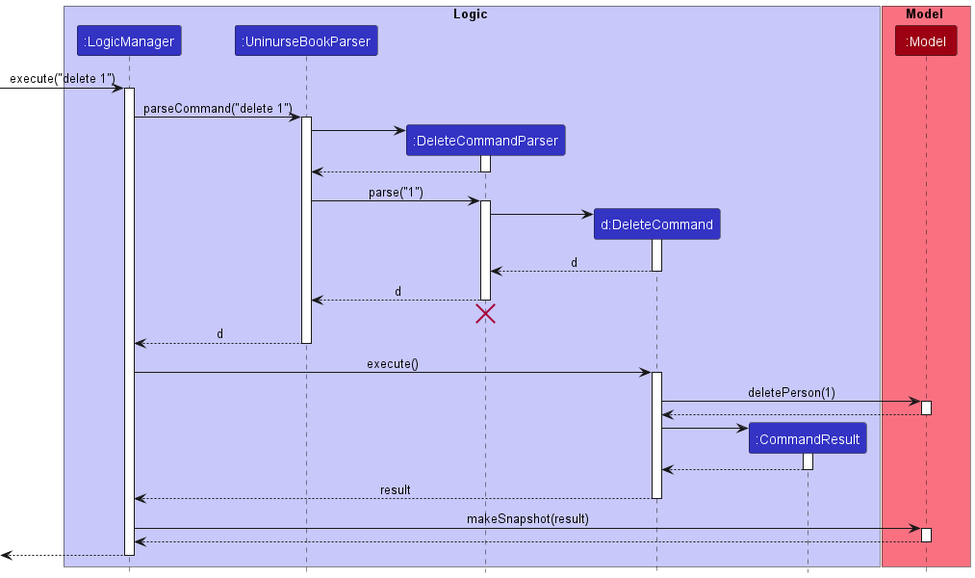
Above: docs/images/DeleteSequenceDiagram.png in nus-cs2103-AY2223S1/tp (PlantUML), before the change.
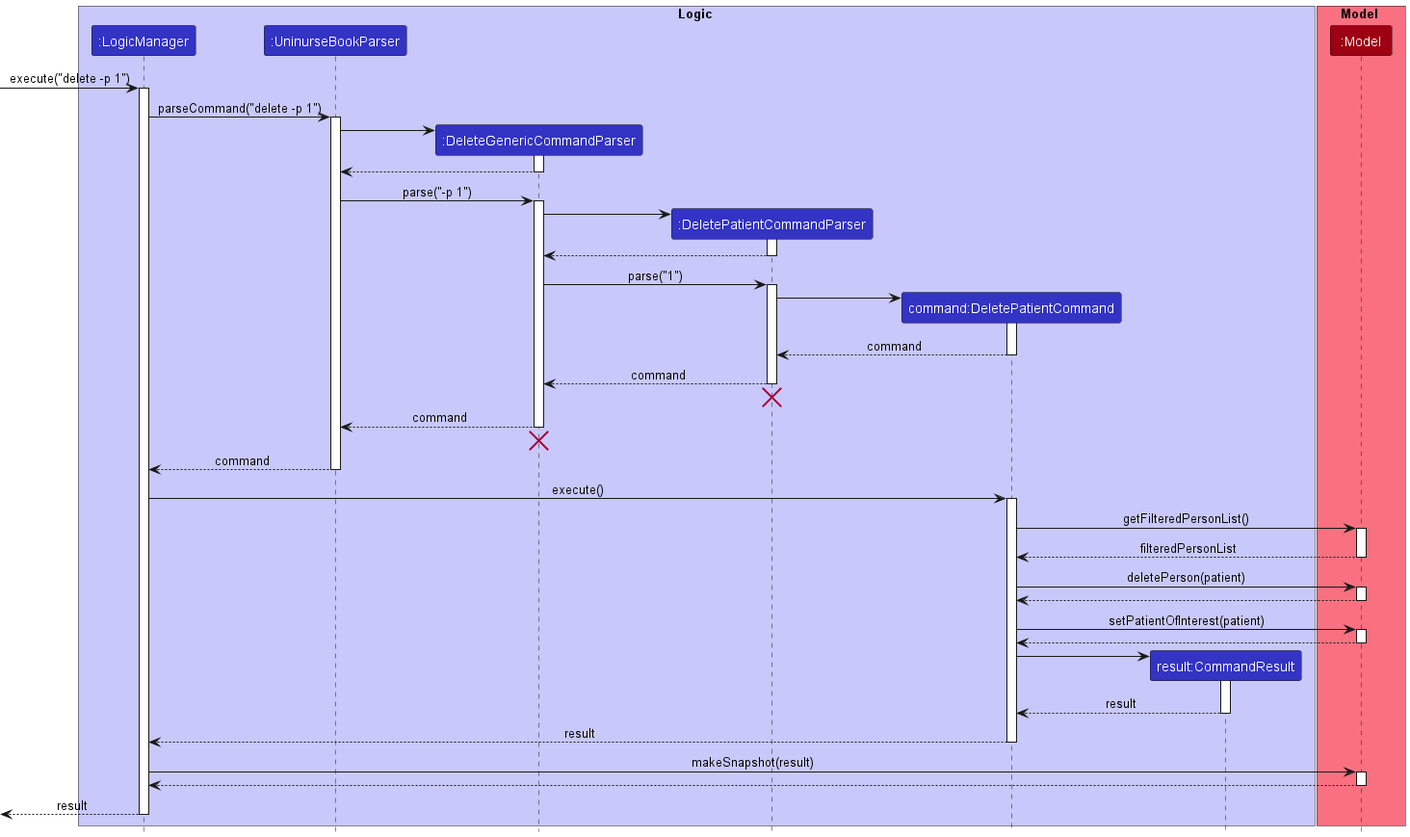
After the commit.

Commit message:
Update Logic component in DG

What changed in the source:
```diff
@@ -4,64 +4,93 @@
 box Logic LOGIC_COLOR_T1
 participant ":LogicManager" as LogicManager LOGIC_COLOR
 participant ":UninurseBookParser" as UninurseBookParser LOGIC_COLOR
-participant ":DeleteCommandParser" as DeleteCommandParser LOGIC_COLOR
-participant "d:DeleteCommand" as DeleteCommand LOGIC_COLOR
-participant ":CommandResult" as CommandResult LOGIC_COLOR
+participant ":DeleteGenericCommandParser" as DeleteGenericCommandParser LOGIC_COLOR
+
+
+participant ":DeletePatientCommandParser" as DeletePatientCommandParser LOGIC_COLOR
+participant "command:DeletePatientCommand" as DeletePatientCommand LOGIC_COLOR
+participant "result:CommandResult" as CommandResult LOGIC_COLOR
 end box
 
 box Model MODEL_COLOR_T1
 participant ":Model" as Model MODEL_COLOR
 end box
 
-[-> LogicManager : execute("delete 1")
+[-> LogicManager : execute("delete -p 1")
 activate LogicManager
 
-LogicManager -> UninurseBookParser : parseCommand("delete 1")
+LogicManager -> UninurseBookParser : parseCommand("delete -p 1")
 activate UninurseBookParser
 
-create DeleteCommandParser
-UninurseBookParser -> DeleteCommandParser
-activate DeleteCommandParser
+create DeleteGenericCommandParser
+UninurseBookParser -> DeleteGenericCommandParser
+activate DeleteGenericCommandParser
 
-DeleteCommandParser --> UninurseBookParser
-deactivate DeleteCommandParser
+DeleteGenericCommandParser --> UninurseBookParser
+deactivate DeleteGenericCommandParser
 
-UninurseBookParser -> DeleteCommandParser : parse("1")
-activate DeleteCommandParser
 
-create DeleteCommand
-DeleteCommandParser -> DeleteCommand
-activate DeleteCommand
+UninurseBookParser -> DeleteGenericCommandParser : parse("-p 1")
+activate DeleteGenericCommandParser
 
-DeleteCommand --> DeleteCommandParser : d
-deactivate DeleteCommand
+create DeletePatientCommandParser
+DeleteGenericCommandParser -> DeletePatientCommandParser
+activate DeletePatientCommandParser
+DeletePatientCommandParser --> DeleteGenericCommandParser
+deactivate DeletePatientCommandParser
 
-DeleteCommandParser --> UninurseBookParser : d
-deactivate DeleteCommandParser
-DeleteCommandParser -[hidden]-> UninurseBookParser
-destroy DeleteCommandParser
+DeleteGenericCommandParser -> DeletePatientCommandParser : parse("1")
+activate DeletePatientCommandParser
+create DeletePatientCommand
 
-UninurseBookParser --> LogicManager : d
+DeletePatientCommandParser -> DeletePatientCommand
+activate DeletePatientCommand
+DeletePatientCommand --> DeletePatientCommandParser : command
+deactivate DeletePatientCommand
+
+DeletePatientCommandParser --> DeleteGenericCommandParser : command
+deactivate DeletePatientCommandParser
+
+DeletePatientCommandParser -[hidden]-> DeleteGenericCommandParser
+destroy DeletePatientCommandParser
+
+DeleteGenericCommandParser --> UninurseBookParser : command
+deactivate DeleteGenericCommandParser
+
+DeleteGenericCommandParser -[hidden]-> UninurseBookParser
+destroy DeleteGenericCommandParser
+
+UninurseBookParser --> LogicManager : command
 deactivate UninurseBookParser
 
-LogicManager -> DeleteCommand : execute()
-activate DeleteCommand
 
-DeleteCommand -> Model : deletePerson(1)
+LogicManager -> DeletePatientCommand : execute()
+activate DeletePatientCommand
+
+DeletePatientCommand -> Model : getFilteredPersonList()
 activate Model
+Model --> DeletePatientCommand : filteredPersonList
+deactivate Model
 
-Model --> DeleteCommand
+
+DeletePatientCommand -> Model : deletePerson(patient)
+activate Model
+Model --> DeletePatientCommand
+deactivate Model
+
+DeletePatientCommand -> Model : setPatientOfInterest(patient)
+activate Model
+Model --> DeletePatientCommand
 deactivate Model
 
 create CommandResult
-DeleteCommand -> CommandResult
+DeletePatientCommand -> CommandResult
 activate CommandResult
-
-CommandResult --> DeleteCommand
+CommandResult --> DeletePatientCommand : result
 deactivate CommandResult
 
-DeleteCommand --> LogicManager : result
-deactivate DeleteCommand
+DeletePatientCommand --> LogicManager : result
+deactivate DeletePatientCommand
 
 LogicManager -> Model : makeSnapshot(result)
 activate Model
@@ -69,6 +98,20 @@
 Model --> LogicManager
 deactivate Model
 
-[<--LogicManager
+
+[<--LogicManager : result
 deactivate LogicManager
+
+
+
+
+
+
+
+
+
+
+
+
+
 @enduml
```
